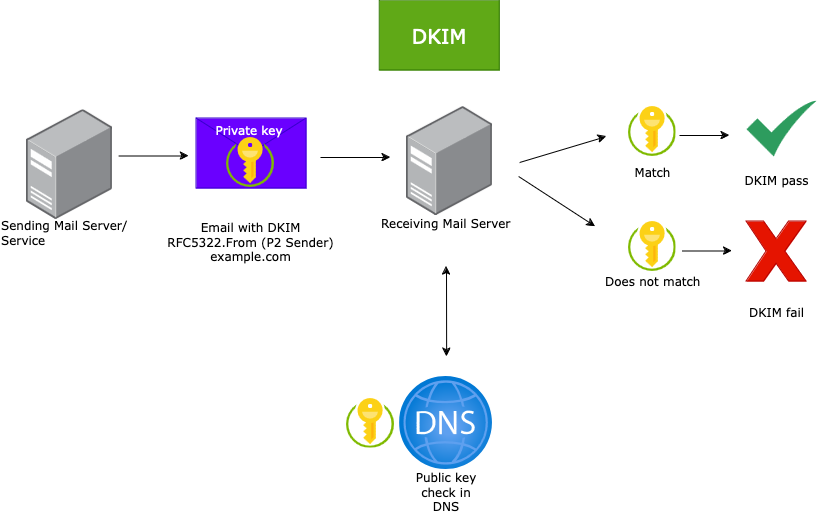
Above: docs/images/spf-dkim-dmarc-explanation/dkim-visual.png in vand3rlinden/vand3rlinden.github.io (draw.io), before the change. Source tidied: cells renumbered, new cells last; positions are measured from the earlier drawing's top-left corner, leaving out a move shared by most shapes.
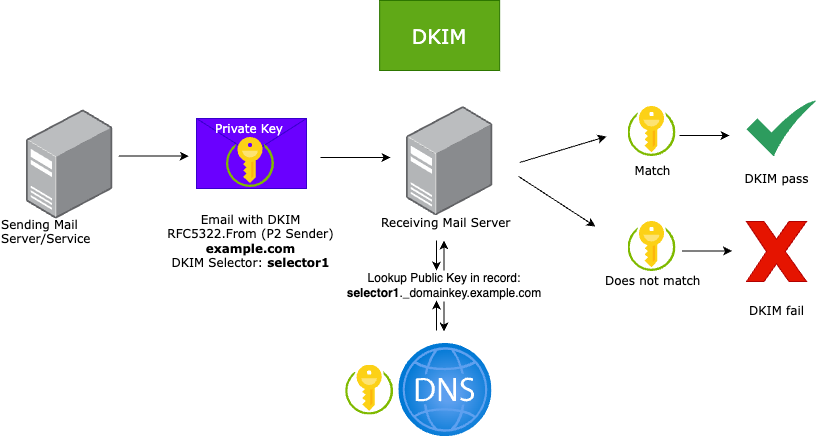
The same diagram one commit later.

What changed in the source:
```diff
@@ -11,8 +11,8 @@
     <mxCell id="4" style="image;sketch=0;html=1;align=center;fontSize=12;image=img/lib/mscae/Key_Vaults.svg;" parent="1" vertex="1">
       <mxGeometry x="227" y="137" width="48" height="50" as="geometry" />
     </mxCell>
-    <mxCell id="5" value="Email with DKIM&lt;br&gt;&lt;div&gt;RFC5322.From (P2 Sender)&lt;/div&gt;&lt;div&gt;example.com&lt;br&gt;&lt;/div&gt;" style="text;html=1;align=center;verticalAlign=middle;strokeColor=none;fillColor=none;fontFamily=Verdana;" parent="1" vertex="1">
-      <mxGeometry x="156" y="211" width="190" height="60" as="geometry" />
+    <mxCell id="5" value="Email with DKIM&lt;br&gt;&lt;div&gt;RFC5322.From (P2 Sender)&lt;/div&gt;&lt;div&gt;&lt;b&gt;example.com&lt;/b&gt;&lt;br&gt;&lt;/div&gt;&lt;div&gt;DKIM Selector: &lt;b&gt;selector1&lt;/b&gt;&lt;/div&gt;" style="text;html=1;align=center;verticalAlign=middle;strokeColor=none;fillColor=none;fontFamily=Verdana;" parent="1" vertex="1">
+      <mxGeometry x="156" y="206" width="190" height="70" as="geometry" />
     </mxCell>
     <mxCell id="6" style="endArrow=classic;html=1;rounded=0;" parent="1" edge="1">
       <mxGeometry relative="1" as="geometry">
@@ -27,20 +27,11 @@
       <mxGeometry x="380.1" y="209" width="140" height="40" as="geometry" />
     </mxCell>
     <mxCell id="9" style="image;html=1;align=center;fontSize=12;image=img/lib/azure2/networking/DNS_Zones.svg;" parent="1" vertex="1">
-      <mxGeometry x="400.1" y="376" width="93.2" height="93.2" as="geometry" />
+      <mxGeometry x="399.3" y="343" width="93.2" height="93.2" as="geometry" />
     </mxCell>
-    <mxCell id="10" value="Private key" style="text;html=1;align=center;verticalAlign=middle;whiteSpace=wrap;rounded=0;fontColor=#FFFFFF;fontFamily=Verdana;" parent="1" vertex="1">
+    <mxCell id="10" value="Private Key" style="text;html=1;align=center;verticalAlign=middle;whiteSpace=wrap;rounded=0;fontColor=#FFFFFF;fontFamily=Verdana;" parent="1" vertex="1">
       <mxGeometry x="210" y="114" width="80" height="30" as="geometry" />
     </mxCell>
-    <mxCell id="11" value="Public key check in DNS" style="text;html=1;align=center;verticalAlign=middle;whiteSpace=wrap;rounded=0;fontColor=#000000;fontFamily=Verdana;fontStyle=0;" parent="1" vertex="1">
-      <mxGeometry x="406.7" y="476" width="80" height="30" as="geometry" />
-    </mxCell>
-    <mxCell id="12" style="endArrow=classic;startArrow=classic;html=1;rounded=0;" parent="1" edge="1">
-      <mxGeometry relative="1" as="geometry">
-        <mxPoint x="447.1" y="356" as="sourcePoint" />
-        <mxPoint x="447" y="266" as="targetPoint" />
-      </mxGeometry>
-    </mxCell>
     <mxCell id="13" value="Match" style="text;html=1;align=center;verticalAlign=middle;strokeColor=none;fillColor=none;fontFamily=Verdana;" parent="1" vertex="1">
       <mxGeometry x="622.5" y="156" width="60" height="30" as="geometry" />
     </mxCell>
@@ -84,7 +75,7 @@
       </mxGeometry>
     </mxCell>
     <mxCell id="23" style="image;sketch=0;html=1;align=center;fontSize=12;image=img/lib/mscae/Key_Vaults.svg;" parent="1" vertex="1">
-      <mxGeometry x="347" y="397.6" width="48" height="50" as="geometry" />
+      <mxGeometry x="346.1" y="364.6" width="48" height="50" as="geometry" />
     </mxCell>
     <mxCell id="24" style="image;sketch=0;html=1;align=center;fontSize=12;image=img/lib/mscae/Key_Vaults.svg;" parent="1" vertex="1">
       <mxGeometry x="628.5" y="106" width="48" height="50" as="geometry" />
@@ -104,5 +95,32 @@
         <mxPoint x="189.3" y="155.5" as="targetPoint" />
       </mxGeometry>
     </mxCell>
+    <mxCell id="29" value="Lookup Public Key in record:&lt;b&gt; selector1&lt;/b&gt;._domainkey.example.com" style="text;html=1;align=center;verticalAlign=middle;whiteSpace=wrap;rounded=0;" parent="1" vertex="1">
+      <mxGeometry x="389.9" y="270" width="110.3" height="30" as="geometry" />
+    </mxCell>
+    <mxCell id="30" style="endArrow=classic;html=1;rounded=0;" parent="1" edge="1">
+      <mxGeometry relative="1" as="geometry">
+        <mxPoint x="444.5" y="270" as="sourcePoint" />
+        <mxPoint x="444.5" y="240" as="targetPoint" />
+      </mxGeometry>
+    </mxCell>
+    <mxCell id="31" style="endArrow=classic;html=1;rounded=0;" parent="1" edge="1">
+      <mxGeometry relative="1" as="geometry">
+        <mxPoint x="444.5" y="301" as="sourcePoint" />
+        <mxPoint x="444.5" y="331" as="targetPoint" />
+      </mxGeometry>
+    </mxCell>
+    <mxCell id="32" style="endArrow=classic;html=1;rounded=0;" parent="1" edge="1">
+      <mxGeometry relative="1" as="geometry">
+        <mxPoint x="437" y="240" as="sourcePoint" />
+        <mxPoint x="437" y="270" as="targetPoint" />
+      </mxGeometry>
+    </mxCell>
+    <mxCell id="33" style="endArrow=classic;html=1;rounded=0;" parent="1" edge="1">
+      <mxGeometry relative="1" as="geometry">
+        <mxPoint x="437" y="330" as="sourcePoint" />
+        <mxPoint x="437" y="300" as="targetPoint" />
+      </mxGeometry>
+    </mxCell>
   </root>
 </mxGraphModel>
```
